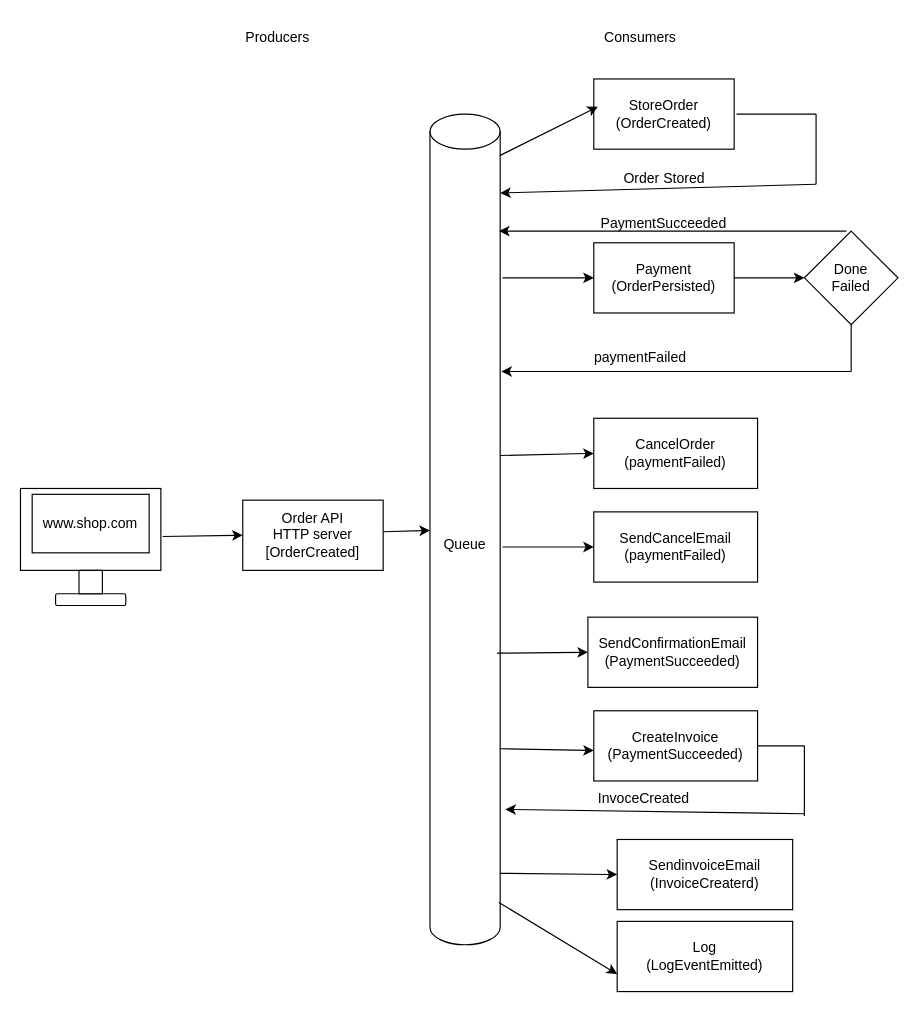
Before: episode-002/model.drawio in olbrichattila/edatutorial, a draw.io diagram. Source tidied: cells renumbered, new cells numbered last; positions are measured from the earlier drawing's top-left corner, leaving out a move shared by most shapes. Both pictures are drawn from the tidied source at 117%, with x=0, y=0 at pixel (20, 20).
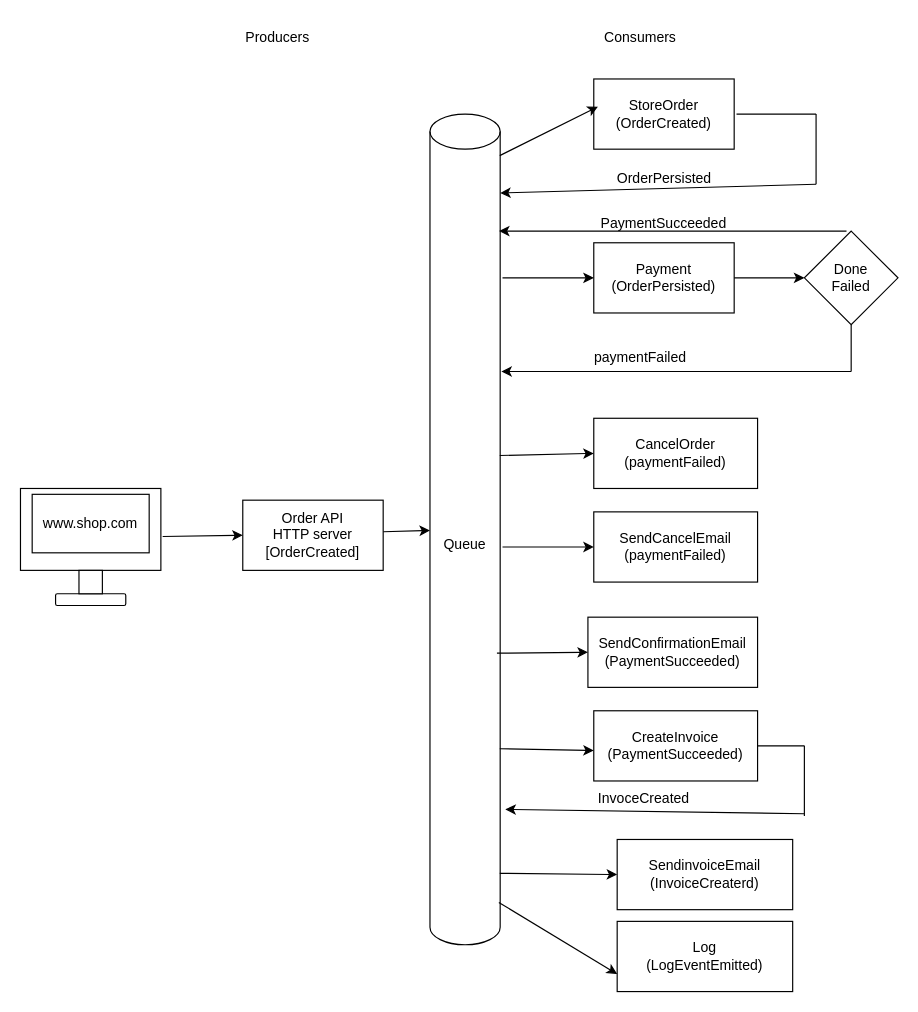
Above is the later version.

Commit message:
Update event name in drawio

The edit, as a diff of the source:
```diff
@@
-    <mxCell id="32" value="Order Stored" style="text;html=1;align=center;verticalAlign=middle;whiteSpace=wrap;rounded=0;" parent="1" vertex="1">
+    <mxCell id="32" value="OrderPersisted" style="text;html=1;align=center;verticalAlign=middle;whiteSpace=wrap;rounded=0;" parent="1" vertex="1">
       <mxGeometry x="502.5" y="120" width="95" height="30" as="geometry" />
     </mxCell>
```
